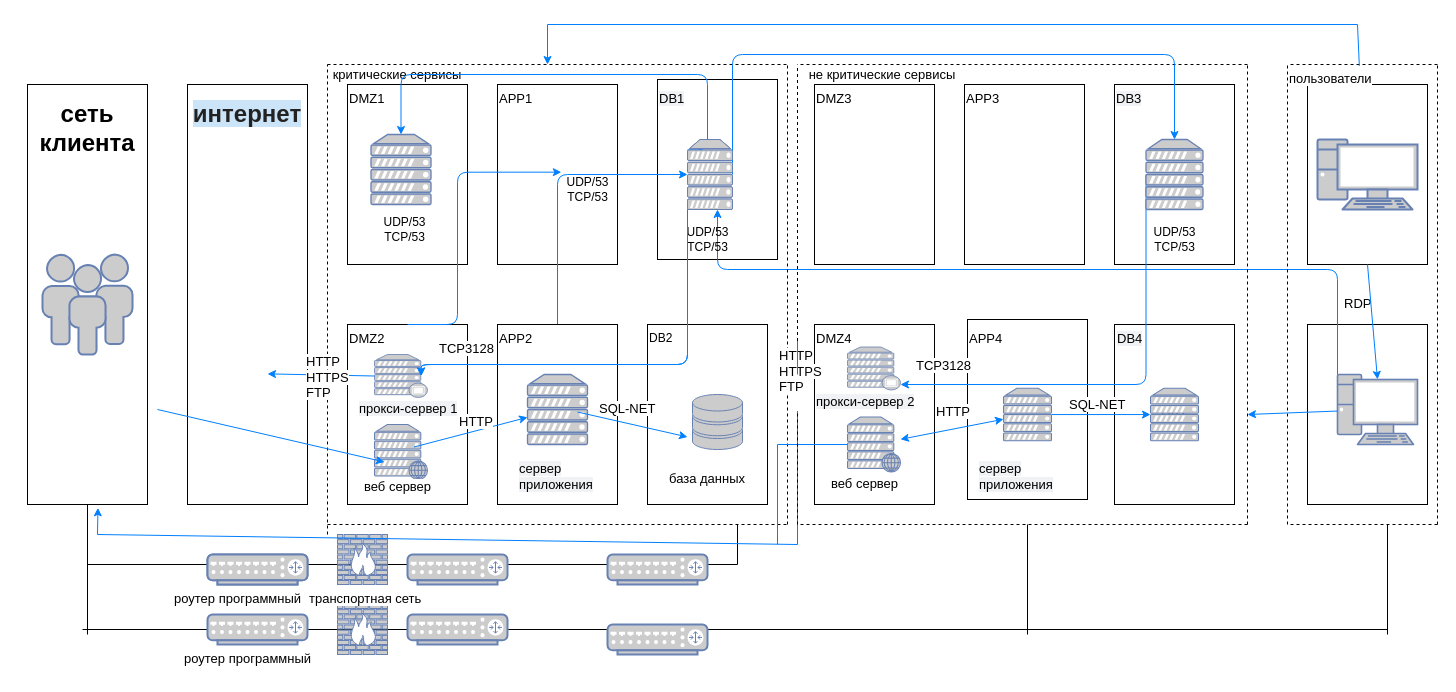
This is ШИФТ.drawio from KotFedot21/-_1, a draw.io file, before an edit. Source tidied: cells renumbered, new cells numbered last; positions are measured from the earlier drawing's top-left corner, leaving out a move shared by most shapes. Both pictures are drawn from the tidied source at 100%, with x=0, y=0 at pixel (17, 24).
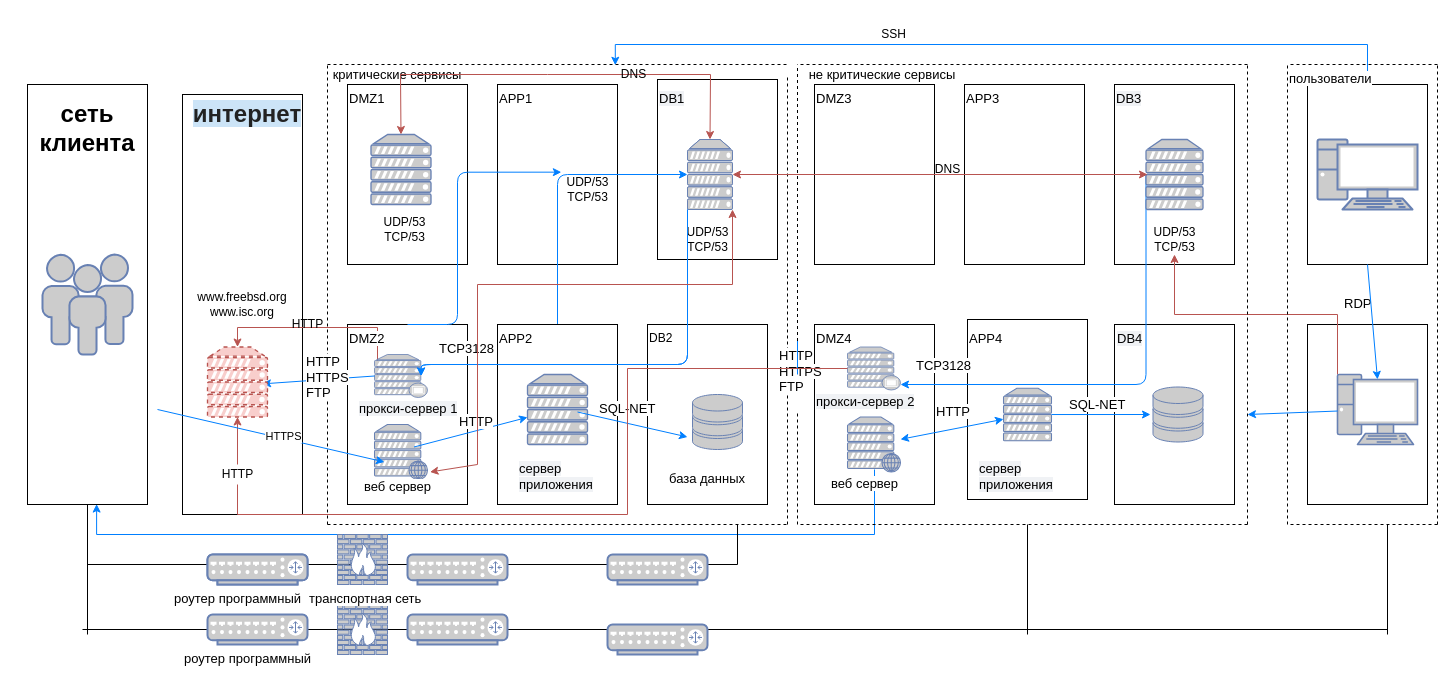
The same diagram, later.

The change refers to these unchanged cells:
```xml
<mxCell id="4" style="rounded=0;whiteSpace=wrap;html=1;" parent="1" vertex="1">
  <mxGeometry x="10" y="60" width="120" height="420" as="geometry" />
</mxCell>
<mxCell id="19" style="rounded=0;whiteSpace=wrap;html=1;" parent="1" vertex="1">
  <mxGeometry x="1290" y="60" width="120" height="180" as="geometry" />
</mxCell>
<mxCell id="23" style="fontColor=#0066CC;verticalAlign=top;verticalLabelPosition=bottom;labelPosition=center;align=center;html=1;outlineConnect=0;fillColor=#CCCCCC;strokeColor=#6881B3;gradientColor=none;gradientDirection=north;strokeWidth=2;shape=mxgraph.networks.proxy_server;" parent="1" vertex="1">
  <mxGeometry x="357" y="330" width="53" height="43" as="geometry" />
</mxCell>
<mxCell id="28" style="fontColor=#0066CC;verticalAlign=top;verticalLabelPosition=bottom;labelPosition=center;align=center;html=1;outlineConnect=0;fillColor=#CCCCCC;strokeColor=#6881B3;gradientColor=none;gradientDirection=north;strokeWidth=2;shape=mxgraph.networks.pc;" parent="1" vertex="1">
  <mxGeometry x="1320" y="350" width="80" height="70" as="geometry" />
</mxCell>
<mxCell id="30" style="fontColor=#0066CC;verticalAlign=top;verticalLabelPosition=bottom;labelPosition=center;align=center;html=1;outlineConnect=0;fillColor=#CCCCCC;strokeColor=#6881B3;gradientColor=none;gradientDirection=north;strokeWidth=2;shape=mxgraph.networks.server;" parent="1" vertex="1">
  <mxGeometry x="986" y="363.8" width="48" height="52.5" as="geometry" />
</mxCell>
<mxCell id="31" style="fontColor=#0066CC;verticalAlign=top;verticalLabelPosition=bottom;labelPosition=center;align=center;html=1;outlineConnect=0;fillColor=#CCCCCC;strokeColor=#6881B3;gradientColor=none;gradientDirection=north;strokeWidth=2;shape=mxgraph.networks.proxy_server;" parent="1" vertex="1">
  <mxGeometry x="830" y="322.5" width="53" height="43" as="geometry" />
</mxCell>
<mxCell id="32" style="fontColor=#0066CC;verticalAlign=top;verticalLabelPosition=bottom;labelPosition=center;align=center;html=1;outlineConnect=0;fillColor=#CCCCCC;strokeColor=#6881B3;gradientColor=none;gradientDirection=north;strokeWidth=2;shape=mxgraph.networks.web_server;" parent="1" vertex="1">
  <mxGeometry x="830" y="392.5" width="53" height="55" as="geometry" />
</mxCell>
<mxCell id="58" value="&lt;span style=&quot;color: rgb(0, 0, 0); font-size: 13px; font-style: normal; font-weight: 400; letter-spacing: normal; text-align: left; text-indent: 0px; text-transform: none; word-spacing: 0px; background-color: rgb(255, 255, 255); display: inline; float: none;&quot;&gt;пользователи&lt;/span&gt;" style="text;whiteSpace=wrap;html=1;" parent="1" vertex="1">
  <mxGeometry x="1270" y="40" width="110" height="20" as="geometry" />
</mxCell>
<mxCell id="74" value="&lt;span style=&quot;color: rgb(0, 0, 0); font-size: 13px; font-style: normal; font-weight: 400; letter-spacing: normal; text-align: left; text-indent: 0px; text-transform: none; word-spacing: 0px; background-color: rgb(255, 255, 255); display: inline; float: none;&quot;&gt;веб сервер&lt;/span&gt;" style="text;whiteSpace=wrap;html=1;" parent="1" vertex="1">
  <mxGeometry x="345" y="447.5" width="90" height="30" as="geometry" />
</mxCell>
<mxCell id="75" value="&lt;span style=&quot;color: rgb(0, 0, 0); font-size: 13px; font-style: normal; font-weight: 400; letter-spacing: normal; text-align: left; text-indent: 0px; text-transform: none; word-spacing: 0px; background-color: rgb(255, 255, 255); display: inline; float: none;&quot;&gt;веб сервер&lt;/span&gt;" style="text;whiteSpace=wrap;html=1;" parent="1" vertex="1">
  <mxGeometry x="812" y="445" width="90" height="30" as="geometry" />
</mxCell>
<mxCell id="86" style="endArrow=classic;html=1;exitX=1;exitY=0.75;exitDx=0;exitDy=0;entryX=0;entryY=0.5;entryDx=0;entryDy=0;entryPerimeter=0;rounded=1;strokeColor=#007FFF;" parent="1" edge="1">
  <mxGeometry relative="1" as="geometry">
    <mxPoint x="140" y="385" as="sourcePoint" />
    <mxPoint x="367" y="437.5" as="targetPoint" />
  </mxGeometry>
</mxCell>
<mxCell id="110" style="fontColor=#0066CC;verticalAlign=top;verticalLabelPosition=bottom;labelPosition=center;align=center;html=1;outlineConnect=0;fillColor=#CCCCCC;strokeColor=#6881B3;gradientColor=none;gradientDirection=north;strokeWidth=2;shape=mxgraph.networks.server;" parent="1" vertex="1">
  <mxGeometry x="1128.5" y="115" width="57" height="70" as="geometry" />
</mxCell>
<mxCell id="113" value="UDP/53&lt;br&gt;TCP/53" style="text;html=1;align=center;verticalAlign=middle;points=[];" parent="1" vertex="1">
  <mxGeometry x="1127" y="200" width="60" height="30" as="geometry" />
</mxCell>
<mxCell id="117" value="&lt;span style=&quot;color: rgb(0, 0, 0); font-size: 13px; font-style: normal; font-weight: 400; letter-spacing: normal; text-align: left; text-indent: 0px; text-transform: none; word-spacing: 0px; background-color: rgb(255, 255, 255); display: inline; float: none;&quot;&gt;HTTP&lt;/span&gt;&lt;br style=&quot;color: rgb(0, 0, 0); font-size: 13px; font-style: normal; font-weight: 400; letter-spacing: normal; text-align: left; text-indent: 0px; text-transform: none; word-spacing: 0px; background-color: rgb(255, 255, 255);&quot;&gt;&lt;span style=&quot;color: rgb(0, 0, 0); font-size: 13px; font-style: normal; font-weight: 400; letter-spacing: normal; text-align: left; text-indent: 0px; text-transform: none; word-spacing: 0px; background-color: rgb(255, 255, 255); display: inline; float: none;&quot;&gt;HTTPS&lt;/span&gt;&lt;br style=&quot;color: rgb(0, 0, 0); font-size: 13px; font-style: normal; font-weight: 400; letter-spacing: normal; text-align: left; text-indent: 0px; text-transform: none; word-spacing: 0px; background-color: rgb(255, 255, 255);&quot;&gt;&lt;span style=&quot;color: rgb(0, 0, 0); font-size: 13px; font-style: normal; font-weight: 400; letter-spacing: normal; text-align: left; text-indent: 0px; text-transform: none; word-spacing: 0px; background-color: rgb(255, 255, 255); display: inline; float: none;&quot;&gt;FTP&lt;/span&gt;" style="text;whiteSpace=wrap;html=1;" parent="1" vertex="1">
  <mxGeometry x="760" y="316.5" width="40" height="70" as="geometry" />
</mxCell>
<mxCell id="123" style="fontColor=#0066CC;verticalAlign=top;verticalLabelPosition=bottom;labelPosition=center;align=center;html=1;outlineConnect=0;fillColor=#CCCCCC;strokeColor=#6881B3;gradientColor=none;gradientDirection=north;strokeWidth=2;shape=mxgraph.networks.server;" parent="1" vertex="1">
  <mxGeometry x="670" y="115" width="45" height="70" as="geometry" />
</mxCell>
<mxCell id="124" style="fontColor=#0066CC;verticalAlign=top;verticalLabelPosition=bottom;labelPosition=center;align=center;html=1;outlineConnect=0;fillColor=#CCCCCC;strokeColor=#6881B3;gradientColor=none;gradientDirection=north;strokeWidth=2;shape=mxgraph.networks.server;" parent="1" vertex="1">
  <mxGeometry x="353.5" y="110" width="60" height="70" as="geometry" />
</mxCell>
```

Change to the diagram source:
```diff
@@
-    <mxCell id="5" style="rounded=0;whiteSpace=wrap;html=1;" parent="1" vertex="1">
-      <mxGeometry x="170" y="60" width="120" height="420" as="geometry" />
+    <mxCell id="5" value="www.freebsd.org&lt;br&gt;www.isc.org&lt;br&gt;" style="rounded=0;whiteSpace=wrap;html=1;" parent="1" vertex="1">
+      <mxGeometry x="165" y="70" width="120" height="420" as="geometry" />
     </mxCell>
@@
+    <mxCell id="126" style="edgeStyle=orthogonalEdgeStyle;rounded=0;jettySize=auto;html=1;entryX=0.045;entryY=0.037;entryDx=0;entryDy=0;entryPerimeter=0;fillColor=#dae8fc;strokeColor=#007FFF;" parent="1" edge="1" source="19" target="136">
+      <mxGeometry relative="1" as="geometry">
+        <Array as="points">
+          <mxPoint x="1350" y="20" />
+          <mxPoint x="598" y="20" />
+        </Array>
+      </mxGeometry>
+    </mxCell>
@@
+    <mxCell id="127" style="edgeStyle=orthogonalEdgeStyle;rounded=0;jettySize=auto;html=1;exitX=0;exitY=0.5;exitDx=0;exitDy=0;exitPerimeter=0;entryX=0.5;entryY=0;entryDx=0;entryDy=0;entryPerimeter=0;fillColor=#f8cecc;strokeColor=#b85450;" parent="1" edge="1" source="23" target="132">
+      <mxGeometry relative="1" as="geometry">
+        <Array as="points">
+          <mxPoint x="360" y="351" />
+          <mxPoint x="360" y="303" />
+          <mxPoint x="220" y="303" />
+        </Array>
+      </mxGeometry>
+    </mxCell>
@@
-    <mxCell id="27" style="edgeStyle=orthogonalEdgeStyle;rounded=1;jettySize=auto;html=1;exitX=0;exitY=0;exitDx=0;exitDy=0;exitPerimeter=0;strokeColor=#007FFF;" parent="1" edge="1" source="28" target="123">
-      <mxGeometry relative="1" as="geometry">
-        <Array as="points">
-          <mxPoint x="1320" y="245" />
-          <mxPoint x="700" y="245" />
-        </Array>
-      </mxGeometry>
-    </mxCell>
+    <mxCell id="128" style="edgeStyle=orthogonalEdgeStyle;rounded=0;jettySize=auto;html=1;exitX=0;exitY=0;exitDx=0;exitDy=0;exitPerimeter=0;fillColor=#f8cecc;strokeColor=#b85450;" parent="1" edge="1" source="28" target="113">
+      <mxGeometry relative="1" as="geometry" />
+    </mxCell>
@@
-    <mxCell id="29" style="fontColor=#0066CC;verticalAlign=top;verticalLabelPosition=bottom;labelPosition=center;align=center;html=1;outlineConnect=0;fillColor=#CCCCCC;strokeColor=#6881B3;gradientColor=none;gradientDirection=north;strokeWidth=2;shape=mxgraph.networks.server;" parent="1" vertex="1">
-      <mxGeometry x="1133" y="363.8" width="48" height="52.5" as="geometry" />
-    </mxCell>
@@
+    <mxCell id="129" style="edgeStyle=orthogonalEdgeStyle;rounded=0;jettySize=auto;html=1;entryX=0.5;entryY=1;entryDx=0;entryDy=0;entryPerimeter=0;fillColor=#f8cecc;strokeColor=#b85450;startArrow=none;" parent="1" edge="1" source="140" target="132">
+      <mxGeometry relative="1" as="geometry" />
+    </mxCell>
@@
+    <mxCell id="130" style="edgeStyle=orthogonalEdgeStyle;rounded=0;jettySize=auto;html=1;exitX=0.5;exitY=0;exitDx=0;exitDy=0;entryX=0.576;entryY=0.999;entryDx=0;entryDy=0;entryPerimeter=0;strokeColor=#007FFF;" parent="1" edge="1" source="75" target="4">
+      <mxGeometry relative="1" as="geometry">
+        <Array as="points">
+          <mxPoint x="857" y="510" />
+          <mxPoint x="79" y="510" />
+        </Array>
+      </mxGeometry>
+    </mxCell>
@@
     <mxCell id="44" style="endArrow=none;dashed=1;html=1;" parent="1" edge="1">
       <mxGeometry relative="1" as="geometry">
         <mxPoint x="770" y="500" as="sourcePoint" />
-        <mxPoint x="770" y="40" as="targetPoint" />
+        <mxPoint x="770" y="50" as="targetPoint" />
       </mxGeometry>
     </mxCell>
@@
     <mxCell id="47" style="endArrow=none;dashed=1;html=1;" parent="1" edge="1">
       <mxGeometry relative="1" as="geometry">
-        <mxPoint x="310" y="510" as="sourcePoint" />
+        <mxPoint x="310" y="500" as="sourcePoint" />
         <mxPoint x="310" y="40" as="targetPoint" />
       </mxGeometry>
     </mxCell>
@@
+    <mxCell id="131" value="HTTPS" style="edgeLabel;html=1;align=center;verticalAlign=middle;" parent="86" vertex="1">
+      <mxGeometry x="0.1" y="2" relative="1" as="geometry" />
+    </mxCell>
@@
-    <mxCell id="89" style="endArrow=classic;html=1;entryX=0.587;entryY=1.008;entryDx=0;entryDy=0;entryPerimeter=0;strokeColor=#007FFF;" parent="1" edge="1" target="4">
-      <mxGeometry relative="1" as="geometry">
-        <mxPoint x="80" y="510" as="sourcePoint" />
-      </mxGeometry>
-    </mxCell>
-    <mxCell id="90" style="endArrow=none;html=1;strokeColor=#007FFF;" parent="1" edge="1">
-      <mxGeometry relative="1" as="geometry">
-        <mxPoint x="80" y="510" as="sourcePoint" />
-        <mxPoint x="780" y="520" as="targetPoint" />
-      </mxGeometry>
-    </mxCell>
-    <mxCell id="91" style="endArrow=none;html=1;strokeColor=#007FFF;" parent="1" edge="1" source="117">
-      <mxGeometry relative="1" as="geometry">
-        <mxPoint x="780" y="520" as="targetPoint" />
-      </mxGeometry>
-    </mxCell>
-    <mxCell id="92" style="endArrow=none;html=1;strokeColor=#007FFF;entryX=0;entryY=0.5;entryDx=0;entryDy=0;entryPerimeter=0;" parent="1" edge="1" target="32">
-      <mxGeometry relative="1" as="geometry">
-        <mxPoint x="760" y="420" as="sourcePoint" />
-      </mxGeometry>
-    </mxCell>
-    <mxCell id="93" style="endArrow=none;html=1;strokeColor=#007FFF;" parent="1" edge="1">
-      <mxGeometry relative="1" as="geometry">
-        <mxPoint x="760" y="520" as="sourcePoint" />
-        <mxPoint x="760" y="420" as="targetPoint" />
-      </mxGeometry>
-    </mxCell>
@@
-    <mxCell id="95" style="endArrow=classic;html=1;strokeColor=#007FFF;entryX=0;entryY=0.5;entryDx=0;entryDy=0;entryPerimeter=0;" parent="1" edge="1" source="30" target="29">
-      <mxGeometry relative="1" as="geometry" />
+    <mxCell id="95" style="endArrow=classic;html=1;strokeColor=#007FFF;entryX=0;entryY=0.5;entryDx=0;entryDy=0;entryPerimeter=0;" parent="1" edge="1" source="30">
+      <mxGeometry relative="1" as="geometry">
+        <mxPoint x="1133" y="390" as="targetPoint" />
+      </mxGeometry>
     </mxCell>
@@
-    <mxCell id="98" style="endArrow=classic;html=1;strokeColor=#007FFF;" parent="1" edge="1">
-      <mxGeometry relative="1" as="geometry">
-        <mxPoint x="530" as="sourcePoint" />
-        <mxPoint x="530" y="40" as="targetPoint" />
-      </mxGeometry>
-    </mxCell>
-    <mxCell id="99" style="endArrow=none;html=1;strokeColor=#007FFF;" parent="1" edge="1">
-      <mxGeometry relative="1" as="geometry">
-        <mxPoint x="1340" as="sourcePoint" />
-        <mxPoint x="530" as="targetPoint" />
-      </mxGeometry>
-    </mxCell>
-    <mxCell id="100" style="endArrow=none;html=1;strokeColor=#007FFF;exitX=0.653;exitY=0.071;exitDx=0;exitDy=0;exitPerimeter=0;" parent="1" edge="1" source="58">
-      <mxGeometry relative="1" as="geometry">
-        <mxPoint x="1340" as="targetPoint" />
-      </mxGeometry>
-    </mxCell>
@@
-    <mxCell id="121" style="edgeStyle=orthogonalEdgeStyle;rounded=1;jettySize=auto;html=1;exitX=1;exitY=0.5;exitDx=0;exitDy=0;exitPerimeter=0;entryX=0.5;entryY=0;entryDx=0;entryDy=0;entryPerimeter=0;strokeColor=#007FFF;" parent="1" edge="1" source="123" target="110">
-      <mxGeometry relative="1" as="geometry">
-        <Array as="points">
-          <mxPoint x="715" y="30" />
-          <mxPoint x="1157" y="30" />
-        </Array>
-      </mxGeometry>
-    </mxCell>
-    <mxCell id="122" style="edgeStyle=orthogonalEdgeStyle;rounded=1;jettySize=auto;html=1;exitX=0;exitY=0.15;exitDx=0;exitDy=0;exitPerimeter=0;entryX=0.5;entryY=0;entryDx=0;entryDy=0;entryPerimeter=0;strokeColor=#007FFF;" parent="1" edge="1" source="123" target="124">
-      <mxGeometry relative="1" as="geometry">
-        <Array as="points">
-          <mxPoint x="690" y="126" />
-          <mxPoint x="690" y="50" />
-          <mxPoint x="384" y="50" />
-        </Array>
-      </mxGeometry>
-    </mxCell>
@@
+    <mxCell id="132" style="verticalAlign=top;verticalLabelPosition=bottom;labelPosition=center;align=center;html=1;outlineConnect=0;fillColor=#f8cecc;strokeColor=#b85450;gradientDirection=north;strokeWidth=2;shape=mxgraph.networks.server;dashed=1;" parent="1" vertex="1">
+      <mxGeometry x="190" y="322.5" width="60" height="70" as="geometry" />
+    </mxCell>
+    <mxCell id="133" style="endArrow=classic;startArrow=classic;html=1;rounded=0;fillColor=#f8cecc;strokeColor=#b85450;" parent="1" edge="1" source="123">
+      <mxGeometry relative="1" as="geometry">
+        <mxPoint x="1130" y="150" as="targetPoint" />
+      </mxGeometry>
+    </mxCell>
+    <mxCell id="134" value="DNS" style="text;html=1;align=center;verticalAlign=middle;strokeColor=none;fillColor=none;" parent="1" vertex="1">
+      <mxGeometry x="910" y="135" width="40" height="20" as="geometry" />
+    </mxCell>
+    <mxCell id="135" style="endArrow=classic;startArrow=classic;html=1;rounded=0;entryX=0.5;entryY=0;entryDx=0;entryDy=0;entryPerimeter=0;exitX=0.5;exitY=0;exitDx=0;exitDy=0;exitPerimeter=0;fillColor=#f8cecc;strokeColor=#b85450;" parent="1" edge="1" source="124" target="123">
+      <mxGeometry relative="1" as="geometry">
+        <Array as="points">
+          <mxPoint x="383" y="50" />
+          <mxPoint x="530" y="50" />
+          <mxPoint x="693" y="50" />
+        </Array>
+      </mxGeometry>
+    </mxCell>
+    <mxCell id="136" value="DNS" style="text;html=1;align=center;verticalAlign=middle;points=[];strokeColor=none;fillColor=none;" parent="1" vertex="1">
+      <mxGeometry x="596" y="40" width="40" height="20" as="geometry" />
+    </mxCell>
+    <mxCell id="137" value="SSH" style="text;html=1;align=center;verticalAlign=middle;strokeColor=none;fillColor=none;" parent="1" vertex="1">
+      <mxGeometry x="856" width="40" height="20" as="geometry" />
+    </mxCell>
+    <mxCell id="138" style="endArrow=classic;startArrow=classic;html=1;rounded=0;strokeColor=#b85450;exitX=0.75;exitY=0;exitDx=0;exitDy=0;entryX=1;entryY=1;entryDx=0;entryDy=0;entryPerimeter=0;fillColor=#f8cecc;" parent="1" edge="1" source="74" target="123">
+      <mxGeometry relative="1" as="geometry">
+        <Array as="points">
+          <mxPoint x="460" y="440" />
+          <mxPoint x="460" y="260" />
+          <mxPoint x="715" y="260" />
+        </Array>
+      </mxGeometry>
+    </mxCell>
+    <mxCell id="139" value="HTTP" style="text;html=1;align=center;verticalAlign=middle;strokeColor=none;fillColor=none;" parent="1" vertex="1">
+      <mxGeometry x="265" y="290" width="50" height="20" as="geometry" />
+    </mxCell>
+    <mxCell id="140" value="HTTP" style="text;html=1;align=center;verticalAlign=middle;points=[];strokeColor=none;fillColor=none;" parent="1" vertex="1">
+      <mxGeometry x="195" y="440" width="50" height="20" as="geometry" />
+    </mxCell>
+    <mxCell id="141" style="edgeStyle=orthogonalEdgeStyle;rounded=0;jettySize=auto;html=1;entryX=0.5;entryY=1;entryDx=0;entryDy=0;entryPerimeter=0;fillColor=#f8cecc;strokeColor=#b85450;endArrow=none;" parent="1" edge="1" source="31" target="140">
+      <mxGeometry relative="1" as="geometry">
+        <Array as="points">
+          <mxPoint x="610" y="344" />
+          <mxPoint x="610" y="490" />
+          <mxPoint x="220" y="490" />
+        </Array>
+      </mxGeometry>
+    </mxCell>
+    <mxCell id="142" style="fontColor=#0066CC;verticalAlign=top;verticalLabelPosition=bottom;labelPosition=center;align=center;html=1;fillColor=#CCCCCC;strokeColor=#6881B3;gradientColor=none;gradientDirection=north;strokeWidth=2;shape=mxgraph.networks.storage;" parent="1" vertex="1">
+      <mxGeometry x="1135.5" y="362.5" width="50" height="55" as="geometry" />
+    </mxCell>
```
